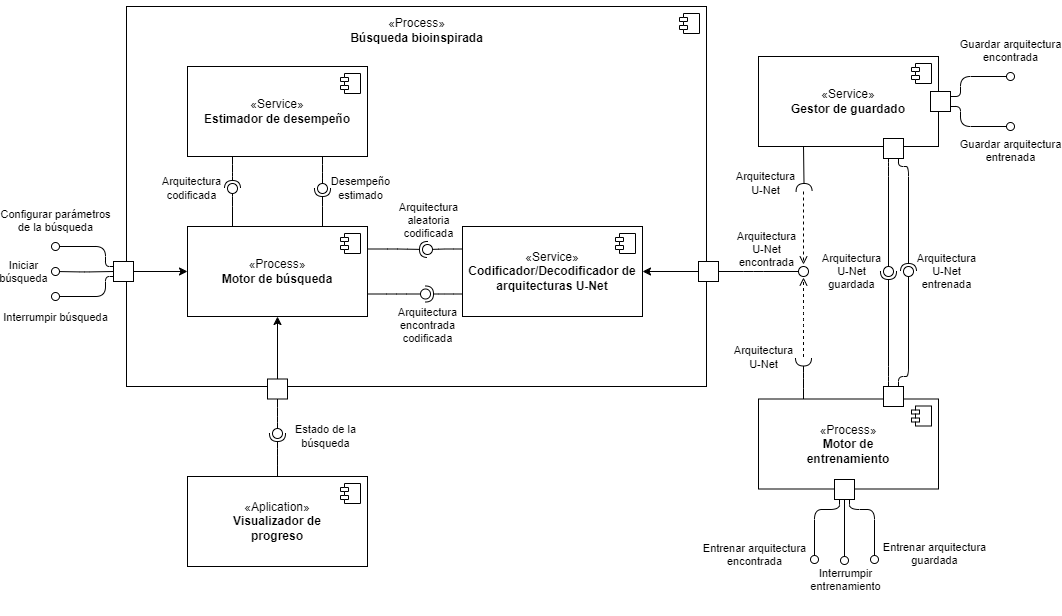
Above: diagramas/ampliados/UML/Componentes.drawio.png in TT-NAS/NAS (draw.io), before the change. Source tidied: cells renumbered, new cells last; positions are measured from the earlier drawing's top-left corner, leaving out a move shared by most shapes.
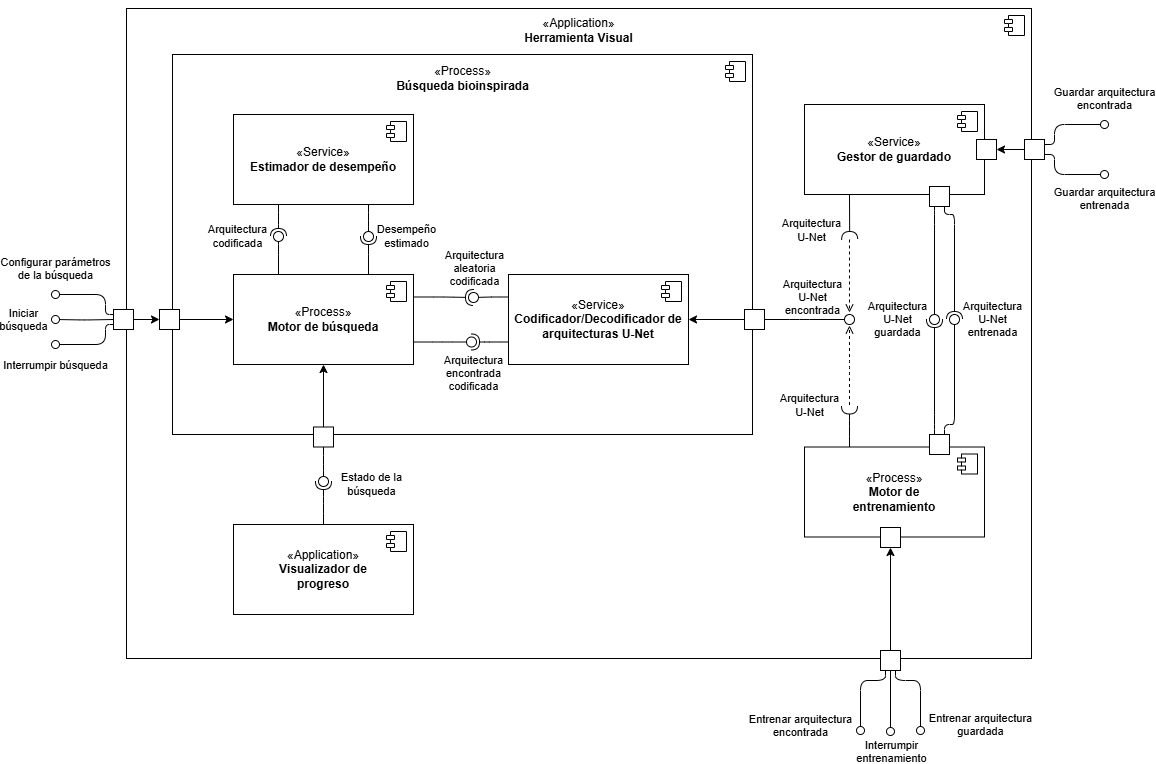
Later version of the same file.

Commit message:
Diagrama de componentes 2

The edit, as a diff of the source:
```diff
@@ -2,6 +2,14 @@
   <root>
     <mxCell id="0" />
     <mxCell id="1" parent="0" />
+    <mxCell id="78" style="html=1;whiteSpace=wrap;fontColor=#000000;" parent="1" vertex="1">
+      <mxGeometry x="25" y="-40" width="905" height="650" as="geometry" />
+    </mxCell>
+    <mxCell id="79" style="shape=module;jettyWidth=8;jettyHeight=4;fontColor=#000000;" parent="78" vertex="1">
+      <mxGeometry x="1" width="20" height="20" relative="1" as="geometry">
+        <mxPoint x="-27" y="7" as="offset" />
+      </mxGeometry>
+    </mxCell>
     <mxCell id="2" style="html=1;whiteSpace=wrap;fontColor=#000000;" parent="1" vertex="1">
       <mxGeometry x="71" y="6" width="580" height="380" as="geometry" />
     </mxCell>
@@ -26,7 +34,7 @@
         <mxPoint x="-27" y="7" as="offset" />
       </mxGeometry>
     </mxCell>
-    <mxCell id="8" value="«Aplication»&lt;br&gt;&lt;b&gt;Visualizador de&lt;/b&gt;&lt;div&gt;&lt;b style=&quot;background-color: transparent;&quot;&gt;progreso&lt;/b&gt;&lt;/div&gt;" style="html=1;whiteSpace=wrap;fontColor=#000000;" parent="1" vertex="1">
+    <mxCell id="8" value="«Application»&lt;br&gt;&lt;b&gt;Visualizador de&lt;/b&gt;&lt;div&gt;&lt;b style=&quot;background-color: transparent;&quot;&gt;progreso&lt;/b&gt;&lt;/div&gt;" style="html=1;whiteSpace=wrap;fontColor=#000000;" parent="1" vertex="1">
       <mxGeometry x="132" y="476" width="180" height="90" as="geometry" />
     </mxCell>
     <mxCell id="9" style="shape=module;jettyWidth=8;jettyHeight=4;fontColor=#000000;" parent="8" vertex="1">
@@ -155,15 +163,6 @@
     <mxCell id="41" value="&lt;div&gt;&lt;span style=&quot;text-wrap-mode: nowrap;&quot;&gt;Arquitectura&lt;/span&gt;&lt;/div&gt;&lt;div&gt;&lt;span style=&quot;text-wrap-mode: nowrap;&quot;&gt;encontrada&lt;/span&gt;&lt;/div&gt;&lt;div&gt;&lt;span style=&quot;text-wrap-mode: nowrap;&quot;&gt;codificada&lt;/span&gt;&lt;/div&gt;" style="text;html=1;fontFamily=Helvetica;fontSize=11;fontColor=#000000;labelBackgroundColor=none;align=center;verticalAlign=middle;" parent="1" vertex="1">
       <mxGeometry x="329" y="304" width="86" height="41" as="geometry" />
     </mxCell>
-    <mxCell id="42" value="Entrenar arquitectura&lt;div&gt;encontrada&lt;/div&gt;" style="html=1;verticalAlign=bottom;labelBackgroundColor=none;endArrow=oval;endFill=0;endSize=8;rounded=1;strokeColor=default;align=center;fontFamily=Helvetica;fontSize=11;fontColor=#000000;edgeStyle=elbowEdgeStyle;exitX=0.25;exitY=1;exitDx=0;exitDy=0;elbow=vertical;" parent="1" edge="1" source="68">
-      <mxGeometry x="1" y="-61" relative="1" as="geometry">
-        <mxPoint x="759" y="559" as="targetPoint" />
-        <Array as="points">
-          <mxPoint x="769" y="509" />
-        </Array>
-        <mxPoint x="1" y="11" as="offset" />
-      </mxGeometry>
-    </mxCell>
     <mxCell id="43" value="«Process»&lt;br&gt;&lt;b&gt;Motor de&lt;/b&gt;&lt;div&gt;&lt;b&gt;entrenamiento&lt;/b&gt;&lt;/div&gt;" style="html=1;whiteSpace=wrap;fontColor=#000000;" parent="1" vertex="1">
       <mxGeometry x="703" y="398.5" width="180" height="90" as="geometry" />
     </mxCell>
@@ -172,22 +171,6 @@
         <mxPoint x="-27" y="7" as="offset" />
       </mxGeometry>
     </mxCell>
-    <mxCell id="45" value="Guardar arquitectura&lt;div&gt;entrenada&lt;/div&gt;" style="html=1;verticalAlign=bottom;labelBackgroundColor=none;startArrow=oval;startFill=0;startSize=8;endArrow=none;entryX=1;entryY=0.75;entryDx=0;entryDy=0;edgeStyle=elbowEdgeStyle;rounded=1;fontColor=#000000;" parent="1" edge="1" target="49">
-      <mxGeometry x="-1" y="40" relative="1" as="geometry">
-        <mxPoint x="955" y="126" as="sourcePoint" />
-        <Array as="points">
-          <mxPoint x="905" y="116" />
-        </Array>
-      </mxGeometry>
-    </mxCell>
-    <mxCell id="46" value="Guardar arquitectura&lt;div&gt;encontrada&lt;/div&gt;" style="html=1;verticalAlign=bottom;labelBackgroundColor=none;startArrow=oval;startFill=0;startSize=8;endArrow=none;entryX=1;entryY=0.25;entryDx=0;entryDy=0;edgeStyle=elbowEdgeStyle;fontColor=#000000;" parent="1" edge="1" target="49">
-      <mxGeometry x="-1" y="-10" relative="1" as="geometry">
-        <mxPoint x="955" y="76" as="sourcePoint" />
-        <Array as="points">
-          <mxPoint x="905" y="86" />
-        </Array>
-      </mxGeometry>
-    </mxCell>
     <mxCell id="47" value="«Service»&lt;br&gt;&lt;b&gt;Gestor de guardado&lt;/b&gt;" style="html=1;whiteSpace=wrap;fontColor=#000000;" parent="1" vertex="1">
       <mxGeometry x="703" y="56" width="180" height="90" as="geometry" />
     </mxCell>
@@ -207,22 +190,6 @@
         <mxPoint x="-27" y="7" as="offset" />
       </mxGeometry>
     </mxCell>
-    <mxCell id="52" value="Configurar parámetros&lt;div&gt;de la búsqueda&lt;/div&gt;" style="html=1;verticalAlign=bottom;labelBackgroundColor=none;startArrow=oval;startFill=0;startSize=8;endArrow=none;entryX=0;entryY=0.25;entryDx=0;entryDy=0;edgeStyle=elbowEdgeStyle;rounded=1;fontColor=#000000;" parent="1" edge="1" target="55">
-      <mxGeometry x="-1" y="10" relative="1" as="geometry">
-        <mxPoint y="246" as="sourcePoint" />
-        <Array as="points">
-          <mxPoint x="50" y="256" />
-        </Array>
-      </mxGeometry>
-    </mxCell>
-    <mxCell id="53" value="Interrumpir búsqueda" style="html=1;verticalAlign=bottom;labelBackgroundColor=none;startArrow=oval;startFill=0;startSize=8;endArrow=none;entryX=0;entryY=0.75;entryDx=0;entryDy=0;edgeStyle=elbowEdgeStyle;fontColor=#000000;" parent="1" edge="1" target="55">
-      <mxGeometry x="-1" y="-30" relative="1" as="geometry">
-        <mxPoint y="296" as="sourcePoint" />
-        <Array as="points">
-          <mxPoint x="50" y="286" />
-        </Array>
-      </mxGeometry>
-    </mxCell>
     <mxCell id="54" style="edgeStyle=orthogonalEdgeStyle;shape=connector;rounded=1;html=1;exitX=1;exitY=0.5;exitDx=0;exitDy=0;entryX=0;entryY=0.5;entryDx=0;entryDy=0;strokeColor=default;align=center;verticalAlign=bottom;fontFamily=Helvetica;fontSize=11;fontColor=#000000;labelBackgroundColor=none;startArrow=none;startFill=0;startSize=8;endArrow=classic;endFill=1;" parent="1" edge="1" source="55" target="50">
       <mxGeometry relative="1" as="geometry" />
     </mxCell>
@@ -272,15 +239,6 @@
     <mxCell id="68" style="html=1;rounded=0;fontColor=#000000;" parent="1" vertex="1">
       <mxGeometry x="779" y="479" width="20" height="20" as="geometry" />
     </mxCell>
-    <mxCell id="69" value="Entrenar arquitectura&lt;div&gt;guardada&lt;/div&gt;" style="html=1;verticalAlign=bottom;labelBackgroundColor=none;endArrow=oval;endFill=0;endSize=8;rounded=1;strokeColor=default;align=center;fontFamily=Helvetica;fontSize=11;fontColor=#000000;edgeStyle=elbowEdgeStyle;exitX=0.75;exitY=1;exitDx=0;exitDy=0;elbow=vertical;" parent="1" edge="1" source="68">
-      <mxGeometry x="1" y="61" relative="1" as="geometry">
-        <mxPoint x="819" y="559" as="targetPoint" />
-        <Array as="points">
-          <mxPoint x="809" y="509" />
-        </Array>
-        <mxPoint x="-1" y="10" as="offset" />
-      </mxGeometry>
-    </mxCell>
     <mxCell id="70" style="html=1;rounded=0;fontColor=#000000;" parent="1" vertex="1">
       <mxGeometry x="828" y="138" width="20" height="20" as="geometry" />
     </mxCell>
@@ -307,17 +265,88 @@
     <mxCell id="75" value="&lt;div&gt;&lt;span style=&quot;text-wrap-mode: nowrap;&quot;&gt;Arquitectura&lt;/span&gt;&lt;/div&gt;&lt;div&gt;&lt;span style=&quot;text-wrap-mode: nowrap;&quot;&gt;U-Net&lt;/span&gt;&lt;/div&gt;&lt;div&gt;&lt;span style=&quot;text-wrap-mode: nowrap;&quot;&gt;guardada&lt;/span&gt;&lt;/div&gt;" style="text;html=1;fontFamily=Helvetica;fontSize=11;fontColor=#000000;labelBackgroundColor=none;align=center;verticalAlign=middle;" parent="1" vertex="1">
       <mxGeometry x="753" y="256" width="86" height="30" as="geometry" />
     </mxCell>
+    <mxCell id="52" value="Configurar parámetros&lt;div&gt;de la búsqueda&lt;/div&gt;" style="html=1;verticalAlign=bottom;labelBackgroundColor=none;startArrow=oval;startFill=0;startSize=8;endArrow=none;entryX=0;entryY=0.25;entryDx=0;entryDy=0;edgeStyle=elbowEdgeStyle;rounded=1;fontColor=#000000;" parent="1" edge="1" target="81">
+      <mxGeometry x="-1" y="10" relative="1" as="geometry">
+        <mxPoint x="-46" y="246" as="sourcePoint" />
+        <Array as="points">
+          <mxPoint x="4" y="256" />
+        </Array>
+      </mxGeometry>
+    </mxCell>
+    <mxCell id="53" value="Interrumpir búsqueda" style="html=1;verticalAlign=bottom;labelBackgroundColor=none;startArrow=oval;startFill=0;startSize=8;endArrow=none;entryX=0;entryY=0.75;entryDx=0;entryDy=0;edgeStyle=elbowEdgeStyle;fontColor=#000000;" parent="1" edge="1" target="81">
+      <mxGeometry x="-1" y="-30" relative="1" as="geometry">
+        <mxPoint x="-46" y="296" as="sourcePoint" />
+        <Array as="points">
+          <mxPoint x="4" y="286" />
+        </Array>
+      </mxGeometry>
+    </mxCell>
+    <mxCell id="80" style="edgeStyle=orthogonalEdgeStyle;shape=connector;rounded=1;html=1;exitX=1;exitY=0.5;exitDx=0;exitDy=0;entryX=0;entryY=0.5;entryDx=0;entryDy=0;strokeColor=default;align=center;verticalAlign=bottom;fontFamily=Helvetica;fontSize=11;fontColor=#000000;labelBackgroundColor=none;startArrow=none;startFill=0;startSize=8;endArrow=classic;endFill=1;" parent="1" edge="1" source="81" target="55">
+      <mxGeometry relative="1" as="geometry" />
+    </mxCell>
+    <mxCell id="81" style="html=1;rounded=0;fontColor=#000000;" parent="1" vertex="1">
+      <mxGeometry x="12" y="261" width="20" height="20" as="geometry" />
+    </mxCell>
-    <mxCell id="76" value="Iniciar&lt;div&gt;búsqueda&lt;/div&gt;" style="html=1;verticalAlign=bottom;labelBackgroundColor=none;startArrow=oval;startFill=0;startSize=8;endArrow=none;entryX=0;entryY=0.5;entryDx=0;entryDy=0;edgeStyle=orthogonalEdgeStyle;fontColor=#000000;" parent="1" edge="1" target="55">
+    <mxCell id="76" value="Iniciar&lt;div&gt;búsqueda&lt;/div&gt;" style="html=1;verticalAlign=bottom;labelBackgroundColor=none;startArrow=oval;startFill=0;startSize=8;endArrow=none;entryX=0;entryY=0.5;entryDx=0;entryDy=0;edgeStyle=orthogonalEdgeStyle;fontColor=#000000;" parent="1" edge="1" target="81">
       <mxGeometry x="-1" y="-36" relative="1" as="geometry">
-        <mxPoint y="271" as="sourcePoint" />
+        <mxPoint x="-46" y="271" as="sourcePoint" />
         <mxPoint x="-31" y="-20" as="offset" />
       </mxGeometry>
     </mxCell>
+    <mxCell id="45" value="Guardar arquitectura&lt;div&gt;entrenada&lt;/div&gt;" style="html=1;verticalAlign=bottom;labelBackgroundColor=none;startArrow=oval;startFill=0;startSize=8;endArrow=none;entryX=1;entryY=0.75;entryDx=0;entryDy=0;edgeStyle=elbowEdgeStyle;rounded=1;fontColor=#000000;" parent="1" edge="1" target="83">
+      <mxGeometry x="-1" y="40" relative="1" as="geometry">
+        <mxPoint x="1003" y="126" as="sourcePoint" />
+        <Array as="points">
+          <mxPoint x="953" y="116" />
+        </Array>
+      </mxGeometry>
+    </mxCell>
+    <mxCell id="46" value="Guardar arquitectura&lt;div&gt;encontrada&lt;/div&gt;" style="html=1;verticalAlign=bottom;labelBackgroundColor=none;startArrow=oval;startFill=0;startSize=8;endArrow=none;entryX=1;entryY=0.25;entryDx=0;entryDy=0;edgeStyle=elbowEdgeStyle;fontColor=#000000;" parent="1" edge="1" target="83">
+      <mxGeometry x="-1" y="-10" relative="1" as="geometry">
+        <mxPoint x="1003" y="76" as="sourcePoint" />
+        <Array as="points">
+          <mxPoint x="953" y="86" />
+        </Array>
+      </mxGeometry>
+    </mxCell>
+    <mxCell id="82" style="edgeStyle=orthogonalEdgeStyle;shape=connector;rounded=1;html=1;exitX=0;exitY=0.5;exitDx=0;exitDy=0;entryX=1;entryY=0.5;entryDx=0;entryDy=0;strokeColor=default;align=center;verticalAlign=bottom;fontFamily=Helvetica;fontSize=11;fontColor=#000000;labelBackgroundColor=none;startArrow=none;startFill=0;startSize=8;endArrow=classic;endFill=1;" parent="1" edge="1" source="83" target="49">
+      <mxGeometry relative="1" as="geometry" />
+    </mxCell>
+    <mxCell id="83" style="html=1;rounded=0;fontColor=#000000;" parent="1" vertex="1">
+      <mxGeometry x="923" y="91" width="20" height="20" as="geometry" />
+    </mxCell>
+    <mxCell id="42" value="Entrenar arquitectura&lt;div&gt;encontrada&lt;/div&gt;" style="html=1;verticalAlign=bottom;labelBackgroundColor=none;endArrow=oval;endFill=0;endSize=8;rounded=1;strokeColor=default;align=center;fontFamily=Helvetica;fontSize=11;fontColor=#000000;edgeStyle=elbowEdgeStyle;exitX=0.25;exitY=1;exitDx=0;exitDy=0;elbow=vertical;" parent="1" edge="1" source="85">
+      <mxGeometry x="1" y="-61" relative="1" as="geometry">
+        <mxPoint x="759" y="682" as="targetPoint" />
+        <Array as="points">
+          <mxPoint x="769" y="632" />
+        </Array>
+        <mxPoint x="1" y="11" as="offset" />
+      </mxGeometry>
+    </mxCell>
+    <mxCell id="84" style="edgeStyle=orthogonalEdgeStyle;shape=connector;rounded=1;html=1;exitX=0.5;exitY=0;exitDx=0;exitDy=0;entryX=0.5;entryY=1;entryDx=0;entryDy=0;strokeColor=default;align=center;verticalAlign=bottom;fontFamily=Helvetica;fontSize=11;fontColor=#000000;labelBackgroundColor=none;startArrow=none;startFill=0;startSize=8;endArrow=classic;endFill=1;" parent="1" edge="1" source="85" target="68">
+      <mxGeometry relative="1" as="geometry" />
+    </mxCell>
+    <mxCell id="85" style="html=1;rounded=0;fontColor=#000000;" parent="1" vertex="1">
+      <mxGeometry x="779" y="602" width="20" height="20" as="geometry" />
+    </mxCell>
+    <mxCell id="69" value="Entrenar arquitectura&lt;div&gt;guardada&lt;/div&gt;" style="html=1;verticalAlign=bottom;labelBackgroundColor=none;endArrow=oval;endFill=0;endSize=8;rounded=1;strokeColor=default;align=center;fontFamily=Helvetica;fontSize=11;fontColor=#000000;edgeStyle=elbowEdgeStyle;exitX=0.75;exitY=1;exitDx=0;exitDy=0;elbow=vertical;" parent="1" edge="1" source="85">
+      <mxGeometry x="1" y="61" relative="1" as="geometry">
+        <mxPoint x="819" y="682" as="targetPoint" />
+        <Array as="points">
+          <mxPoint x="809" y="632" />
+        </Array>
+        <mxPoint x="-1" y="10" as="offset" />
+      </mxGeometry>
+    </mxCell>
-    <mxCell id="77" value="Interrumpir&lt;div&gt;entrenamiento&lt;/div&gt;" style="html=1;verticalAlign=bottom;labelBackgroundColor=none;endArrow=oval;endFill=0;endSize=8;rounded=1;strokeColor=default;align=center;fontFamily=Helvetica;fontSize=11;fontColor=#000000;edgeStyle=orthogonalEdgeStyle;exitX=0.5;exitY=1;exitDx=0;exitDy=0;elbow=vertical;" parent="1" edge="1" source="68">
+    <mxCell id="77" value="Interrumpir&lt;div&gt;entrenamiento&lt;/div&gt;" style="html=1;verticalAlign=bottom;labelBackgroundColor=none;endArrow=oval;endFill=0;endSize=8;rounded=1;strokeColor=default;align=center;fontFamily=Helvetica;fontSize=11;fontColor=#000000;edgeStyle=orthogonalEdgeStyle;exitX=0.5;exitY=1;exitDx=0;exitDy=0;elbow=vertical;" parent="1" edge="1" source="85">
       <mxGeometry x="1" y="35" relative="1" as="geometry">
-        <mxPoint x="789" y="560" as="targetPoint" />
+        <mxPoint x="789" y="683" as="targetPoint" />
         <mxPoint x="-34" y="35" as="offset" />
       </mxGeometry>
     </mxCell>
+    <mxCell id="86" value="&lt;span style=&quot;font-size: 12px; text-wrap-mode: wrap;&quot;&gt;«Application»&lt;/span&gt;&lt;br style=&quot;font-size: 12px; text-wrap-mode: wrap;&quot;&gt;&lt;span style=&quot;font-size: 12px;&quot;&gt;&lt;b&gt;Herramienta Visual&lt;/b&gt;&lt;/span&gt;" style="text;html=1;fontFamily=Helvetica;fontSize=11;fontColor=#000000;labelBackgroundColor=none;align=center;verticalAlign=middle;whiteSpace=wrap;" parent="1" vertex="1">
+      <mxGeometry x="350" y="-48" width="255" height="60" as="geometry" />
+    </mxCell>
   </root>
 </mxGraphModel>
```
